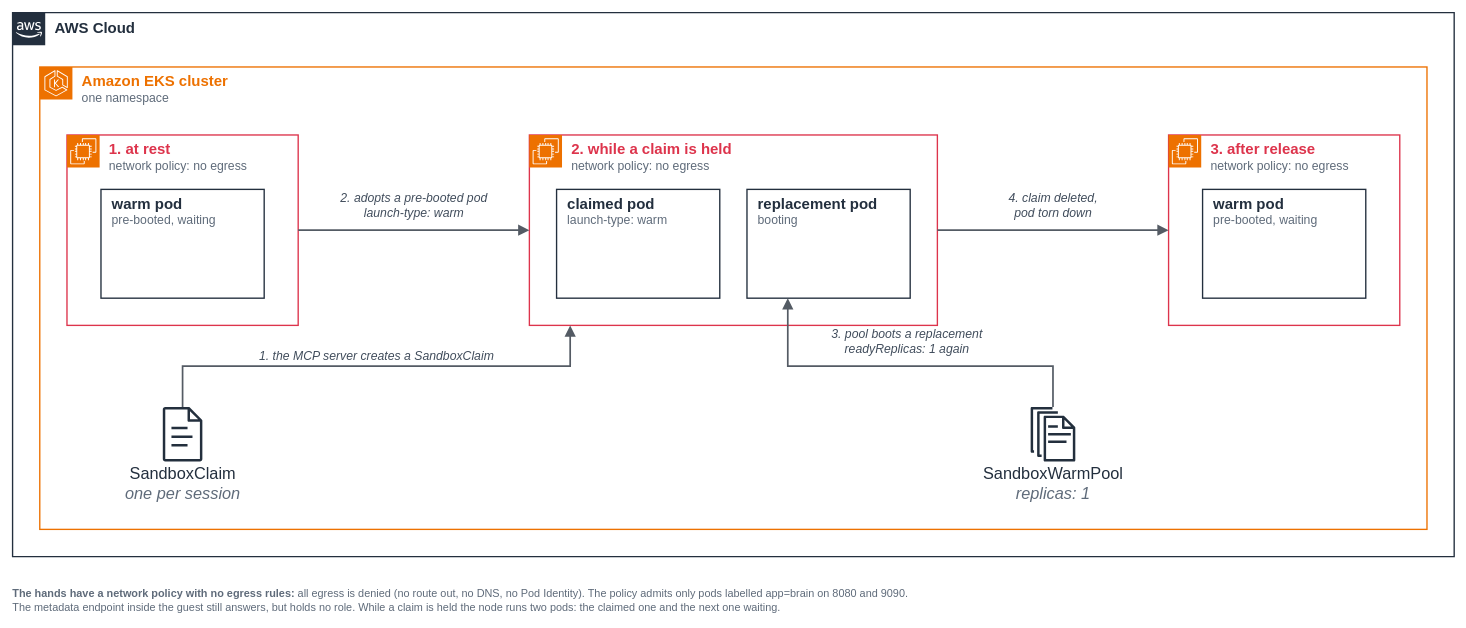
aws-samples/sample-eks-nitro-sandbox keeps this draw.io diagram as examples/agent-sandbox/brain-and-hands/images/figure-2-claim-lifecycle.drawio. Above is the earlier version. Source tidied: cells renumbered, new cells numbered last; positions are measured from the earlier drawing's top-left corner, leaving out a move shared by most shapes. Both pictures are drawn from the tidied source at 68%, with x=0, y=0 at pixel (12, 12).
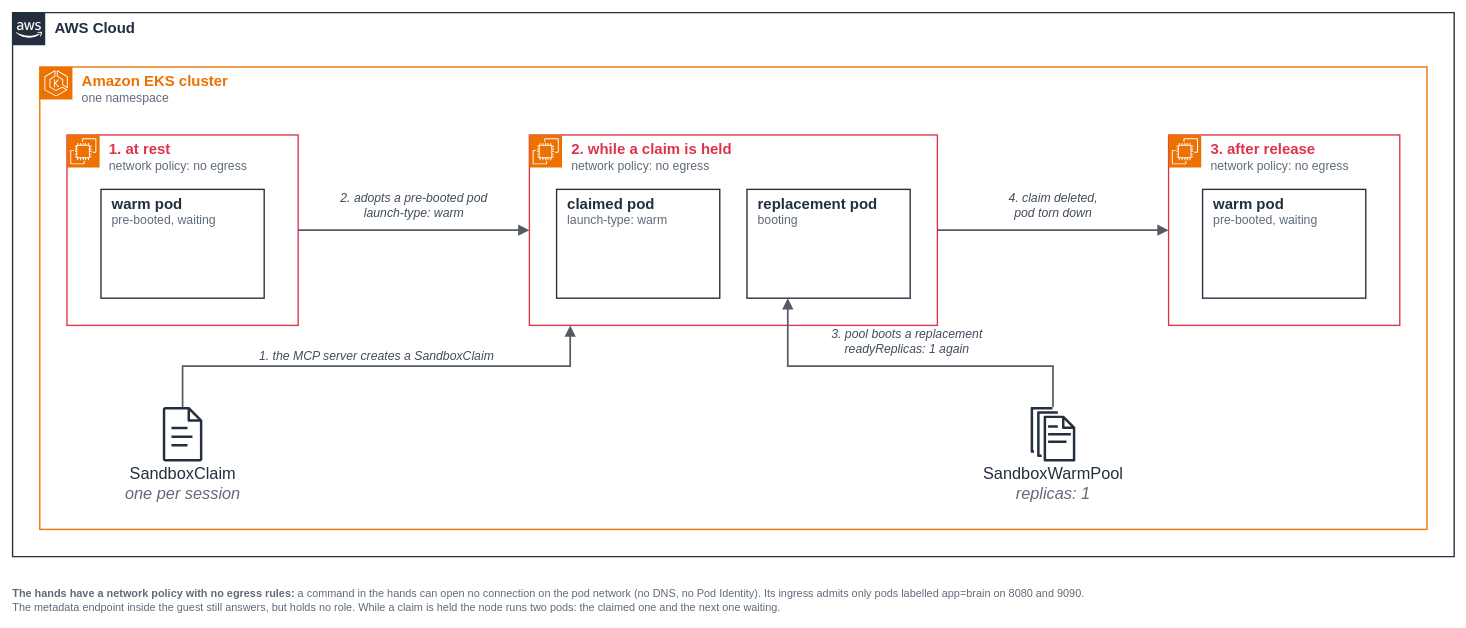
After the change.

Commit message (it also covers changes not shown here):
brain-and-hands: fix the second-review findings

The edit, as a diff of the source:
```diff
@@
-    <mxCell id="21" value="&lt;div style=&quot;line-height:20px&quot;&gt;&lt;b&gt;The hands have a network policy with no egress rules:&lt;/b&gt; all egress is denied (no route out, no DNS, no Pod Identity). The policy admits only pods labelled app=brain on 8080 and 9090.&lt;/div&gt;&lt;div style=&quot;line-height:20px&quot;&gt;The metadata endpoint inside the guest still answers, but holds no role. While a claim is held the node runs two pods: the claimed one and the next one waiting.&lt;/div&gt;" style="text;html=1;whiteSpace=nowrap;strokeColor=none;fillColor=none;align=left;verticalAlign=top;spacing=0;fontSize=16;fontColor=#5F6B7A;fontFamily=Arial,Helvetica,sans-serif;" parent="1" vertex="1">
+    <mxCell id="21" value="&lt;div style=&quot;line-height:20px&quot;&gt;&lt;b&gt;The hands have a network policy with no egress rules:&lt;/b&gt; a command in the hands can open no connection on the pod network (no DNS, no Pod Identity). Its ingress admits only pods labelled app=brain on 8080 and 9090.&lt;/div&gt;&lt;div style=&quot;line-height:20px&quot;&gt;The metadata endpoint inside the guest still answers, but holds no role. While a claim is held the node runs two pods: the claimed one and the next one waiting.&lt;/div&gt;" style="text;html=1;whiteSpace=nowrap;strokeColor=none;fillColor=none;align=left;verticalAlign=top;spacing=0;fontSize=16;fontColor=#5F6B7A;fontFamily=Arial,Helvetica,sans-serif;" parent="1" vertex="1">
       <mxGeometry y="840" width="1060" height="48" as="geometry" />
     </mxCell>
```
